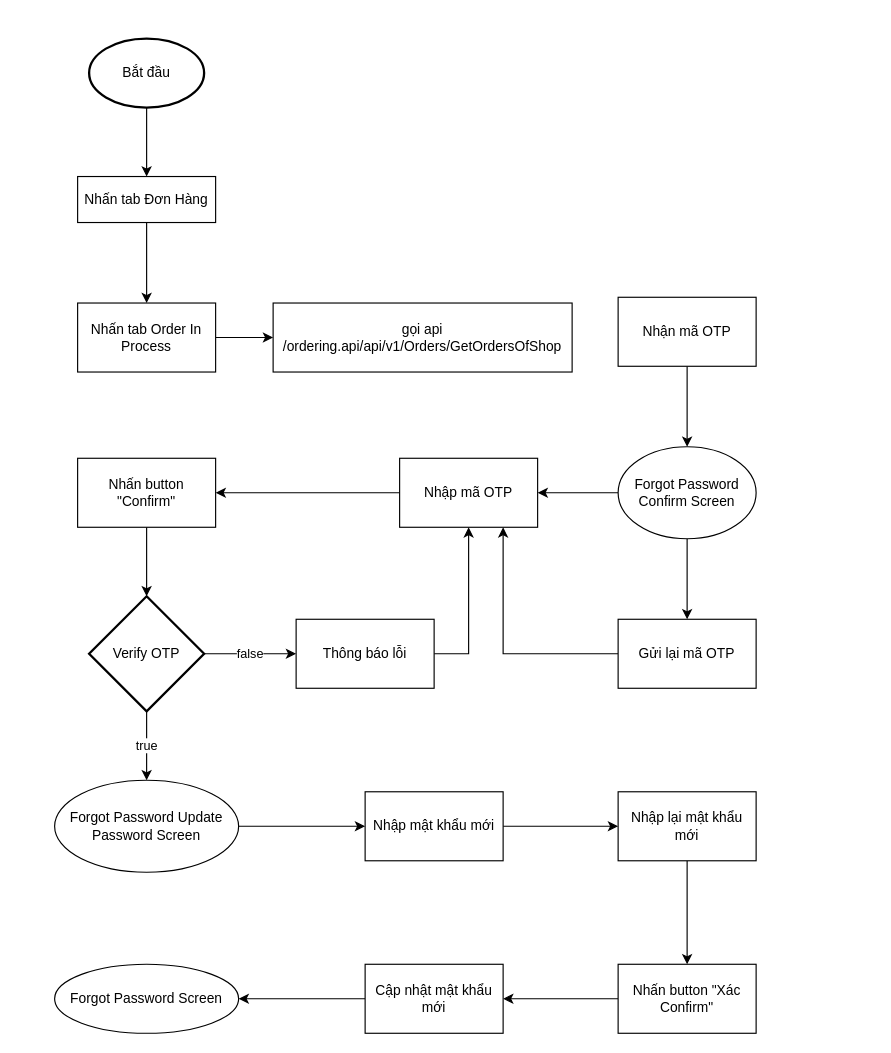
Alars99/diagram keeps this draw.io diagram as OrderManagement Diagram.drawio. Above is the earlier version. Source tidied: cells renumbered, new cells numbered last; positions are measured from the earlier drawing's top-left corner, leaving out a move shared by most shapes. Both pictures are drawn from the tidied source at 115%, with x=0, y=0 at pixel (54, 38).
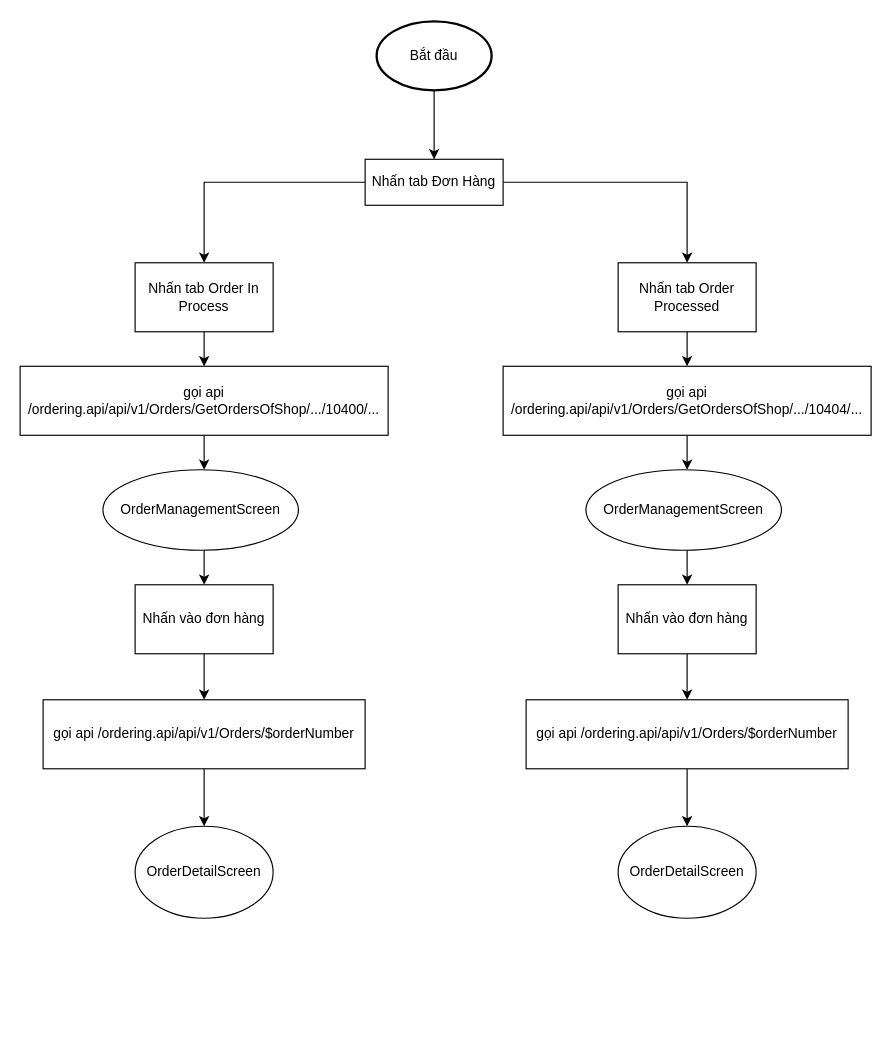
The same diagram, later.

Diff of the diagram source:
```diff
@@
+    <mxCell id="36" style="edgeStyle=orthogonalEdgeStyle;rounded=0;jettySize=auto;html=1;" parent="1" edge="1" source="3" target="43">
+      <mxGeometry relative="1" as="geometry" />
+    </mxCell>
     <mxCell id="3" value="Nhấn tab Đơn Hàng" style="rounded=0;whiteSpace=wrap;html=1;fontSize=12;glass=0;strokeWidth=1;shadow=0;" parent="1" vertex="1">
-      <mxGeometry x="20" y="120" width="120" height="40" as="geometry" />
+      <mxGeometry x="270" y="105" width="120" height="40" as="geometry" />
     </mxCell>
@@
     <mxCell id="5" value="Bắt đầu" style="strokeWidth=2;html=1;shape=mxgraph.flowchart.start_1;whiteSpace=wrap;" parent="1" vertex="1">
-      <mxGeometry x="30" width="100" height="60" as="geometry" />
+      <mxGeometry x="280" y="-15" width="100" height="60" as="geometry" />
     </mxCell>
@@
     <mxCell id="7" value="Nhấn tab Order In Process" style="rounded=0;whiteSpace=wrap;html=1;" parent="1" vertex="1">
-      <mxGeometry x="20" y="230" width="120" height="60" as="geometry" />
+      <mxGeometry x="70" y="195" width="120" height="60" as="geometry" />
     </mxCell>
-    <mxCell id="8" style="edgeStyle=orthogonalEdgeStyle;rounded=0;jettySize=auto;html=1;" parent="1" edge="1" source="9" target="12">
-      <mxGeometry relative="1" as="geometry" />
-    </mxCell>
-    <mxCell id="9" value="Nhận mã OTP" style="rounded=0;whiteSpace=wrap;html=1;" parent="1" vertex="1">
-      <mxGeometry x="490" y="225" width="120" height="60" as="geometry" />
-    </mxCell>
-    <mxCell id="10" style="edgeStyle=orthogonalEdgeStyle;rounded=0;jettySize=auto;html=1;" parent="1" edge="1" source="12" target="14">
-      <mxGeometry relative="1" as="geometry" />
-    </mxCell>
-    <mxCell id="11" style="edgeStyle=orthogonalEdgeStyle;rounded=0;jettySize=auto;html=1;" parent="1" edge="1" source="12" target="16">
-      <mxGeometry relative="1" as="geometry" />
-    </mxCell>
+    <mxCell id="37" style="edgeStyle=orthogonalEdgeStyle;rounded=0;jettySize=auto;html=1;" parent="1" edge="1" source="44" target="14">
+      <mxGeometry relative="1" as="geometry">
+        <Array as="points">
+          <mxPoint x="130" y="455" />
+          <mxPoint x="130" y="455" />
+        </Array>
+      </mxGeometry>
+    </mxCell>
-    <mxCell id="12" value="Forgot Password Confirm Screen" style="ellipse;whiteSpace=wrap;html=1;rounded=0;" parent="1" vertex="1">
-      <mxGeometry x="490" y="355" width="120" height="80" as="geometry" />
+    <mxCell id="12" value="OrderDetailScreen" style="ellipse;whiteSpace=wrap;html=1;rounded=0;" parent="1" vertex="1">
+      <mxGeometry x="70" y="685" width="120" height="80" as="geometry" />
     </mxCell>
-    <mxCell id="13" style="edgeStyle=orthogonalEdgeStyle;rounded=0;jettySize=auto;html=1;" parent="1" edge="1" source="14" target="18">
-      <mxGeometry relative="1" as="geometry" />
-    </mxCell>
+    <mxCell id="38" style="edgeStyle=orthogonalEdgeStyle;rounded=0;jettySize=auto;html=1;" parent="1" edge="1" source="14" target="41">
+      <mxGeometry relative="1" as="geometry" />
+    </mxCell>
-    <mxCell id="14" value="Nhập mã OTP" style="rounded=0;whiteSpace=wrap;html=1;" parent="1" vertex="1">
-      <mxGeometry x="300" y="365" width="120" height="60" as="geometry" />
+    <mxCell id="14" value="Nhấn vào đơn hàng" style="rounded=0;whiteSpace=wrap;html=1;" parent="1" vertex="1">
+      <mxGeometry x="70" y="475" width="120" height="60" as="geometry" />
     </mxCell>
-    <mxCell id="15" style="edgeStyle=orthogonalEdgeStyle;rounded=0;jettySize=auto;html=1;" parent="1" edge="1" source="16" target="14">
-      <mxGeometry relative="1" as="geometry">
-        <Array as="points">
-          <mxPoint x="390" y="535" />
-        </Array>
-      </mxGeometry>
-    </mxCell>
-    <mxCell id="16" value="Gửi lại mã OTP" style="rounded=0;whiteSpace=wrap;html=1;" parent="1" vertex="1">
-      <mxGeometry x="490" y="505" width="120" height="60" as="geometry" />
-    </mxCell>
-    <mxCell id="17" style="edgeStyle=orthogonalEdgeStyle;rounded=0;jettySize=auto;html=1;" parent="1" edge="1" source="18" target="21">
-      <mxGeometry relative="1" as="geometry" />
-    </mxCell>
-    <mxCell id="18" value="&lt;span&gt;Nhấn button &quot;Confirm&quot;&lt;/span&gt;" style="rounded=0;whiteSpace=wrap;html=1;" parent="1" vertex="1">
-      <mxGeometry x="20" y="365" width="120" height="60" as="geometry" />
-    </mxCell>
-    <mxCell id="19" value="true" style="edgeStyle=orthogonalEdgeStyle;rounded=0;jettySize=auto;html=1;" parent="1" edge="1" source="21" target="23">
-      <mxGeometry relative="1" as="geometry" />
-    </mxCell>
-    <mxCell id="20" value="false" style="edgeStyle=orthogonalEdgeStyle;rounded=0;jettySize=auto;html=1;" parent="1" edge="1" source="21" target="31">
-      <mxGeometry relative="1" as="geometry" />
-    </mxCell>
-    <mxCell id="21" value="Verify OTP" style="strokeWidth=2;html=1;shape=mxgraph.flowchart.decision;whiteSpace=wrap;rounded=0;" parent="1" vertex="1">
-      <mxGeometry x="30" y="485" width="100" height="100" as="geometry" />
-    </mxCell>
-    <mxCell id="22" style="edgeStyle=orthogonalEdgeStyle;rounded=0;jettySize=auto;html=1;" parent="1" edge="1" source="23" target="25">
-      <mxGeometry relative="1" as="geometry" />
-    </mxCell>
-    <mxCell id="23" value="Forgot Password Update Password Screen" style="ellipse;whiteSpace=wrap;html=1;rounded=0;" parent="1" vertex="1">
-      <mxGeometry y="645" width="160" height="80" as="geometry" />
-    </mxCell>
-    <mxCell id="24" style="edgeStyle=orthogonalEdgeStyle;rounded=0;jettySize=auto;html=1;" parent="1" edge="1" source="25" target="27">
-      <mxGeometry relative="1" as="geometry" />
-    </mxCell>
-    <mxCell id="25" value="Nhập mật khẩu mới" style="rounded=0;whiteSpace=wrap;html=1;" parent="1" vertex="1">
-      <mxGeometry x="270" y="655" width="120" height="60" as="geometry" />
-    </mxCell>
-    <mxCell id="26" style="edgeStyle=orthogonalEdgeStyle;rounded=0;jettySize=auto;html=1;" parent="1" edge="1" source="27" target="29">
-      <mxGeometry relative="1" as="geometry" />
-    </mxCell>
-    <mxCell id="27" value="Nhập lại mật khẩu mới" style="rounded=0;whiteSpace=wrap;html=1;" parent="1" vertex="1">
-      <mxGeometry x="490" y="655" width="120" height="60" as="geometry" />
-    </mxCell>
-    <mxCell id="28" style="edgeStyle=orthogonalEdgeStyle;rounded=0;jettySize=auto;html=1;" parent="1" edge="1" source="29" target="33">
-      <mxGeometry relative="1" as="geometry" />
-    </mxCell>
-    <mxCell id="29" value="&lt;span&gt;Nhấn button &quot;Xác Confirm&quot;&lt;/span&gt;" style="rounded=0;whiteSpace=wrap;html=1;" parent="1" vertex="1">
-      <mxGeometry x="490" y="805" width="120" height="60" as="geometry" />
-    </mxCell>
-    <mxCell id="30" style="edgeStyle=orthogonalEdgeStyle;rounded=0;jettySize=auto;html=1;" parent="1" edge="1" source="31" target="14">
-      <mxGeometry relative="1" as="geometry">
-        <Array as="points">
-          <mxPoint x="360" y="535" />
-        </Array>
-      </mxGeometry>
-    </mxCell>
-    <mxCell id="31" value="Thông báo lỗi" style="rounded=0;whiteSpace=wrap;html=1;" parent="1" vertex="1">
-      <mxGeometry x="210" y="505" width="120" height="60" as="geometry" />
-    </mxCell>
-    <mxCell id="32" style="edgeStyle=orthogonalEdgeStyle;rounded=0;jettySize=auto;html=1;" parent="1" edge="1" source="33" target="34">
-      <mxGeometry relative="1" as="geometry" />
-    </mxCell>
-    <mxCell id="33" value="Cập nhật mật khẩu mới" style="rounded=0;whiteSpace=wrap;html=1;" parent="1" vertex="1">
-      <mxGeometry x="270" y="805" width="120" height="60" as="geometry" />
-    </mxCell>
-    <mxCell id="34" value="Forgot Password Screen" style="ellipse;whiteSpace=wrap;html=1;rounded=0;" parent="1" vertex="1">
-      <mxGeometry y="805" width="160" height="60" as="geometry" />
-    </mxCell>
+    <mxCell id="39" style="edgeStyle=orthogonalEdgeStyle;rounded=0;jettySize=auto;html=1;" parent="1" edge="1" source="35" target="44">
+      <mxGeometry relative="1" as="geometry">
+        <Array as="points">
+          <mxPoint x="130" y="415" />
+        </Array>
+      </mxGeometry>
+    </mxCell>
-    <mxCell id="35" value="gọi api /ordering.api/api/v1/Orders/GetOrdersOfShop" style="rounded=0;whiteSpace=wrap;html=1;" parent="1" vertex="1">
-      <mxGeometry x="190" y="230" width="260" height="60" as="geometry" />
+    <mxCell id="35" value="gọi api /ordering.api/api/v1/Orders/GetOrdersOfShop/.../10400/..." style="rounded=0;whiteSpace=wrap;html=1;" parent="1" vertex="1">
+      <mxGeometry x="-30" y="285" width="320" height="60" as="geometry" />
     </mxCell>
+    <mxCell id="40" style="edgeStyle=orthogonalEdgeStyle;rounded=0;jettySize=auto;html=1;" parent="1" edge="1" source="41" target="12">
+      <mxGeometry relative="1" as="geometry" />
+    </mxCell>
+    <mxCell id="41" value="gọi api&amp;nbsp;/ordering.api/api/v1/Orders/$orderNumber" style="rounded=0;whiteSpace=wrap;html=1;" parent="1" vertex="1">
+      <mxGeometry x="-10" y="575" width="280" height="60" as="geometry" />
+    </mxCell>
+    <mxCell id="42" style="edgeStyle=orthogonalEdgeStyle;rounded=0;jettySize=auto;html=1;" parent="1" edge="1" source="43" target="50">
+      <mxGeometry relative="1" as="geometry" />
+    </mxCell>
+    <mxCell id="43" value="Nhấn tab Order Processed" style="rounded=0;whiteSpace=wrap;html=1;" parent="1" vertex="1">
+      <mxGeometry x="490" y="195" width="120" height="60" as="geometry" />
+    </mxCell>
+    <mxCell id="44" value="OrderManagementScreen" style="ellipse;whiteSpace=wrap;html=1;rounded=0;" parent="1" vertex="1">
+      <mxGeometry x="42" y="375" width="170" height="70" as="geometry" />
+    </mxCell>
+    <mxCell id="45" style="edgeStyle=orthogonalEdgeStyle;rounded=0;jettySize=auto;html=1;" parent="1" edge="1" source="53" target="48">
+      <mxGeometry relative="1" as="geometry">
+        <Array as="points">
+          <mxPoint x="550" y="455" />
+          <mxPoint x="550" y="455" />
+        </Array>
+      </mxGeometry>
+    </mxCell>
+    <mxCell id="46" value="OrderDetailScreen" style="ellipse;whiteSpace=wrap;html=1;rounded=0;" parent="1" vertex="1">
+      <mxGeometry x="490" y="685" width="120" height="80" as="geometry" />
+    </mxCell>
+    <mxCell id="47" style="edgeStyle=orthogonalEdgeStyle;rounded=0;jettySize=auto;html=1;" parent="1" edge="1" source="48" target="52">
+      <mxGeometry relative="1" as="geometry" />
+    </mxCell>
+    <mxCell id="48" value="Nhấn vào đơn hàng" style="rounded=0;whiteSpace=wrap;html=1;" parent="1" vertex="1">
+      <mxGeometry x="490" y="475" width="120" height="60" as="geometry" />
+    </mxCell>
+    <mxCell id="49" style="edgeStyle=orthogonalEdgeStyle;rounded=0;jettySize=auto;html=1;" parent="1" edge="1" source="50" target="53">
+      <mxGeometry relative="1" as="geometry">
+        <Array as="points">
+          <mxPoint x="550" y="415" />
+        </Array>
+      </mxGeometry>
+    </mxCell>
+    <mxCell id="50" value="gọi api /ordering.api/api/v1/Orders/GetOrdersOfShop/.../10404/..." style="rounded=0;whiteSpace=wrap;html=1;" parent="1" vertex="1">
+      <mxGeometry x="390" y="285" width="320" height="60" as="geometry" />
+    </mxCell>
+    <mxCell id="51" style="edgeStyle=orthogonalEdgeStyle;rounded=0;jettySize=auto;html=1;" parent="1" edge="1" source="52" target="46">
+      <mxGeometry relative="1" as="geometry" />
+    </mxCell>
+    <mxCell id="52" value="gọi api&amp;nbsp;/ordering.api/api/v1/Orders/$orderNumber" style="rounded=0;whiteSpace=wrap;html=1;" parent="1" vertex="1">
+      <mxGeometry x="410" y="575" width="280" height="60" as="geometry" />
+    </mxCell>
+    <mxCell id="53" value="OrderManagementScreen" style="ellipse;whiteSpace=wrap;html=1;rounded=0;" parent="1" vertex="1">
+      <mxGeometry x="462" y="375" width="170" height="70" as="geometry" />
+    </mxCell>
```
